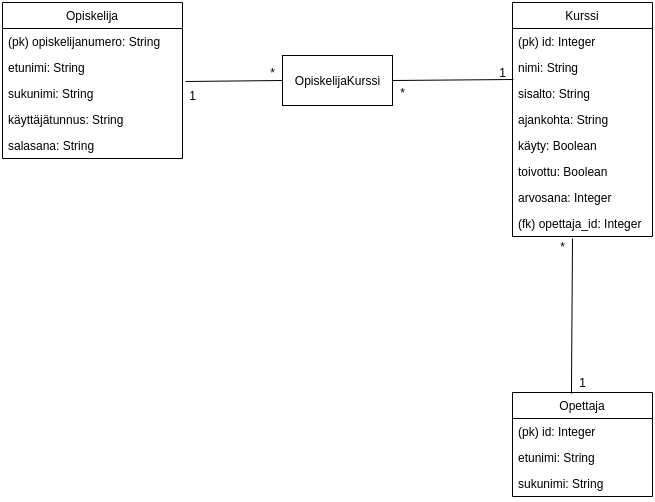
Before: Dokumentaatio/Tietokantakaavio.png, a diagram exported from draw.io (AnnaKuokkanen/Kurssiseuranta). Source tidied: cells renumbered, new cells last; positions are measured from the earlier drawing's top-left corner, leaving out a move shared by most shapes.
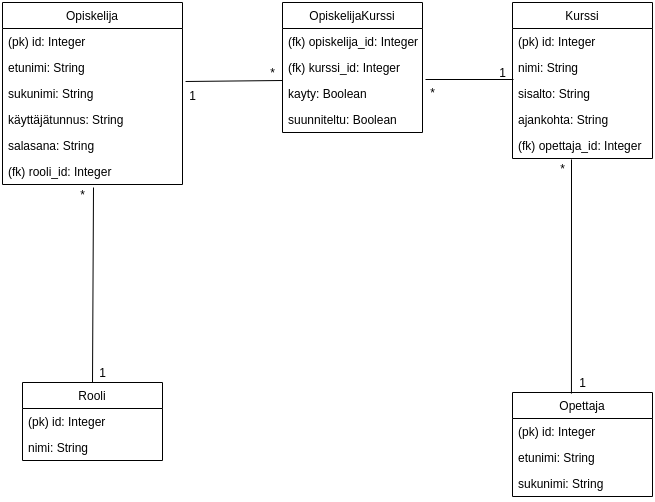
After the commit.

Commit message:
Parannuksia tietokantakaavioon

Diff of the diagram source:
```diff
@@ -2,13 +2,10 @@
   <root>
     <mxCell id="0" />
     <mxCell id="1" parent="0" />
-    <mxCell id="2" value="OpiskelijaKurssi" style="html=1;" parent="1" vertex="1">
-      <mxGeometry x="280" y="53" width="110" height="50" as="geometry" />
-    </mxCell>
     <mxCell id="3" value="Opiskelija" style="swimlane;fontStyle=0;horizontal=1;startSize=26;fillColor=none;" parent="1" vertex="1">
-      <mxGeometry width="180" height="156" as="geometry" />
+      <mxGeometry width="180" height="182" as="geometry" />
     </mxCell>
-    <mxCell id="4" value="(pk) opiskelijanumero: String" style="text;strokeColor=none;fillColor=none;align=left;verticalAlign=top;spacingLeft=4;spacingRight=4;overflow=hidden;" parent="3" vertex="1">
+    <mxCell id="4" value="(pk) id: Integer" style="text;strokeColor=none;fillColor=none;align=left;verticalAlign=top;spacingLeft=4;spacingRight=4;overflow=hidden;" parent="3" vertex="1">
       <mxGeometry y="26" width="180" height="26" as="geometry" />
     </mxCell>
     <mxCell id="5" value="etunimi: String" style="text;strokeColor=none;fillColor=none;align=left;verticalAlign=top;spacingLeft=4;spacingRight=4;overflow=hidden;" parent="3" vertex="1">
@@ -23,8 +20,11 @@
     <mxCell id="8" value="salasana: String" style="text;strokeColor=none;fillColor=none;align=left;verticalAlign=top;spacingLeft=4;spacingRight=4;overflow=hidden;" parent="3" vertex="1">
       <mxGeometry y="130" width="180" height="26" as="geometry" />
     </mxCell>
+    <mxCell id="31" value="(fk) rooli_id: Integer" style="text;strokeColor=none;fillColor=none;align=left;verticalAlign=top;spacingLeft=4;spacingRight=4;overflow=hidden;" parent="3" vertex="1">
+      <mxGeometry y="156" width="180" height="26" as="geometry" />
+    </mxCell>
     <mxCell id="9" value="Kurssi" style="swimlane;fontStyle=0;horizontal=1;startSize=26;fillColor=none;" parent="1" vertex="1">
-      <mxGeometry x="510" width="140" height="234" as="geometry" />
+      <mxGeometry x="510" width="140" height="156" as="geometry" />
     </mxCell>
     <mxCell id="10" value="(pk) id: Integer" style="text;strokeColor=none;fillColor=none;align=left;verticalAlign=top;spacingLeft=4;spacingRight=4;overflow=hidden;" parent="9" vertex="1">
       <mxGeometry y="26" width="140" height="26" as="geometry" />
@@ -38,32 +38,27 @@
     <mxCell id="13" value="ajankohta: String" style="text;strokeColor=none;fillColor=none;align=left;verticalAlign=top;spacingLeft=4;spacingRight=4;overflow=hidden;" parent="9" vertex="1">
       <mxGeometry y="104" width="140" height="26" as="geometry" />
     </mxCell>
-    <mxCell id="14" value="käyty: Boolean" style="text;strokeColor=none;fillColor=none;align=left;verticalAlign=top;spacingLeft=4;spacingRight=4;overflow=hidden;" parent="9" vertex="1">
-      <mxGeometry y="130" width="140" height="26" as="geometry" />
-    </mxCell>
-    <mxCell id="15" value="toivottu: Boolean" style="text;strokeColor=none;fillColor=none;align=left;verticalAlign=top;spacingLeft=4;spacingRight=4;overflow=hidden;" parent="9" vertex="1">
-      <mxGeometry y="156" width="140" height="26" as="geometry" />
-    </mxCell>
-    <mxCell id="16" value="arvosana: Integer" style="text;strokeColor=none;fillColor=none;align=left;verticalAlign=top;spacingLeft=4;spacingRight=4;overflow=hidden;" parent="9" vertex="1">
-      <mxGeometry y="182" width="140" height="26" as="geometry" />
-    </mxCell>
     <mxCell id="17" value="(fk) opettaja_id: Integer" style="text;strokeColor=none;fillColor=none;align=left;verticalAlign=top;spacingLeft=4;spacingRight=4;overflow=hidden;" parent="9" vertex="1">
-      <mxGeometry y="208" width="140" height="26" as="geometry" />
+      <mxGeometry y="130" width="140" height="26" as="geometry" />
     </mxCell>
-    <mxCell id="18" style="endArrow=none;html=1;exitX=0.421;exitY=0.01;exitDx=0;exitDy=0;exitPerimeter=0;entryX=1;entryY=0.1;entryDx=0;entryDy=0;entryPerimeter=0;" parent="1" edge="1" source="27" target="22">
+    <mxCell id="18" style="endArrow=none;html=1;exitX=0.421;exitY=0.01;exitDx=0;exitDy=0;exitPerimeter=0;entryX=0.95;entryY=0.05;entryDx=0;entryDy=0;entryPerimeter=0;" parent="1" edge="1" source="27" target="22">
       <mxGeometry relative="1" as="geometry" />
     </mxCell>
-    <mxCell id="19" style="endArrow=none;html=1;exitX=1;exitY=0.5;exitDx=0;exitDy=0;entryX=1.05;entryY=0.85;entryDx=0;entryDy=0;entryPerimeter=0;" parent="1" edge="1" source="2" target="26">
-      <mxGeometry relative="1" as="geometry" />
+    <mxCell id="19" style="endArrow=none;html=1;entryX=1.05;entryY=0.85;entryDx=0;entryDy=0;entryPerimeter=0;" parent="1" edge="1" target="26">
+      <mxGeometry relative="1" as="geometry">
+        <mxPoint x="423" y="77" as="sourcePoint" />
+      </mxGeometry>
     </mxCell>
-    <mxCell id="20" style="endArrow=none;html=1;entryX=0;entryY=0.5;entryDx=0;entryDy=0;exitX=1.017;exitY=0.038;exitDx=0;exitDy=0;exitPerimeter=0;" parent="1" edge="1" source="6" target="2">
-      <mxGeometry relative="1" as="geometry" />
+    <mxCell id="20" style="endArrow=none;html=1;entryX=0;entryY=0.5;entryDx=0;entryDy=0;exitX=1.017;exitY=0.038;exitDx=0;exitDy=0;exitPerimeter=0;" parent="1" edge="1" source="6">
+      <mxGeometry relative="1" as="geometry">
+        <mxPoint x="280" y="78" as="targetPoint" />
+      </mxGeometry>
     </mxCell>
     <mxCell id="21" value="*" style="text;html=1;align=center;verticalAlign=middle;" parent="1" vertex="1">
-      <mxGeometry x="390" y="80" width="20" height="20" as="geometry" />
+      <mxGeometry x="420" y="80" width="20" height="20" as="geometry" />
     </mxCell>
     <mxCell id="22" value="*" style="text;html=1;align=center;verticalAlign=middle;points=[];" parent="1" vertex="1">
-      <mxGeometry x="550" y="234" width="20" height="20" as="geometry" />
+      <mxGeometry x="550" y="156" width="20" height="20" as="geometry" />
     </mxCell>
     <mxCell id="23" value="*" style="text;html=1;align=center;verticalAlign=middle;" parent="1" vertex="1">
       <mxGeometry x="260" y="60" width="20" height="20" as="geometry" />
@@ -89,5 +84,38 @@
     <mxCell id="30" value="sukunimi: String" style="text;strokeColor=none;fillColor=none;align=left;verticalAlign=top;spacingLeft=4;spacingRight=4;overflow=hidden;" parent="27" vertex="1">
       <mxGeometry y="78" width="140" height="26" as="geometry" />
     </mxCell>
+    <mxCell id="32" style="endArrow=none;html=1;exitX=0.5;exitY=0;exitDx=0;exitDy=0;entryX=1.05;entryY=0.15;entryDx=0;entryDy=0;entryPerimeter=0;" parent="1" edge="1" source="39" target="33">
+      <mxGeometry relative="1" as="geometry" />
+    </mxCell>
+    <mxCell id="33" value="*" style="text;html=1;align=center;verticalAlign=middle;points=[];" parent="1" vertex="1">
+      <mxGeometry x="70" y="182" width="20" height="20" as="geometry" />
+    </mxCell>
+    <mxCell id="34" value="1" style="text;html=1;align=center;verticalAlign=middle;" parent="1" vertex="1">
+      <mxGeometry x="90" y="360" width="20" height="20" as="geometry" />
+    </mxCell>
+    <mxCell id="2" value="OpiskelijaKurssi" style="swimlane;fontStyle=0;horizontal=1;startSize=26;fillColor=none;" parent="1" vertex="1">
+      <mxGeometry x="280" width="140" height="130" as="geometry" />
+    </mxCell>
+    <mxCell id="35" value="(fk) opiskelija_id: Integer" style="text;strokeColor=none;fillColor=none;align=left;verticalAlign=top;spacingLeft=4;spacingRight=4;overflow=hidden;" parent="2" vertex="1">
+      <mxGeometry y="26" width="140" height="26" as="geometry" />
+    </mxCell>
+    <mxCell id="36" value="(fk) kurssi_id: Integer" style="text;strokeColor=none;fillColor=none;align=left;verticalAlign=top;spacingLeft=4;spacingRight=4;overflow=hidden;" parent="2" vertex="1">
+      <mxGeometry y="52" width="140" height="26" as="geometry" />
+    </mxCell>
+    <mxCell id="37" value="kayty: Boolean" style="text;strokeColor=none;fillColor=none;align=left;verticalAlign=top;spacingLeft=4;spacingRight=4;overflow=hidden;" parent="2" vertex="1">
+      <mxGeometry y="78" width="140" height="26" as="geometry" />
+    </mxCell>
+    <mxCell id="38" value="suunniteltu: Boolean" style="text;strokeColor=none;fillColor=none;align=left;verticalAlign=top;spacingLeft=4;spacingRight=4;overflow=hidden;" parent="2" vertex="1">
+      <mxGeometry y="104" width="140" height="26" as="geometry" />
+    </mxCell>
+    <mxCell id="39" value="Rooli" style="swimlane;fontStyle=0;horizontal=1;startSize=26;fillColor=none;" parent="1" vertex="1">
+      <mxGeometry x="20" y="380" width="140" height="78" as="geometry" />
+    </mxCell>
+    <mxCell id="40" value="(pk) id: Integer" style="text;strokeColor=none;fillColor=none;align=left;verticalAlign=top;spacingLeft=4;spacingRight=4;overflow=hidden;" parent="39" vertex="1">
+      <mxGeometry y="26" width="140" height="26" as="geometry" />
+    </mxCell>
+    <mxCell id="41" value="nimi: String" style="text;strokeColor=none;fillColor=none;align=left;verticalAlign=top;spacingLeft=4;spacingRight=4;overflow=hidden;" parent="39" vertex="1">
+      <mxGeometry y="52" width="140" height="26" as="geometry" />
+    </mxCell>
   </root>
 </mxGraphModel>
```
